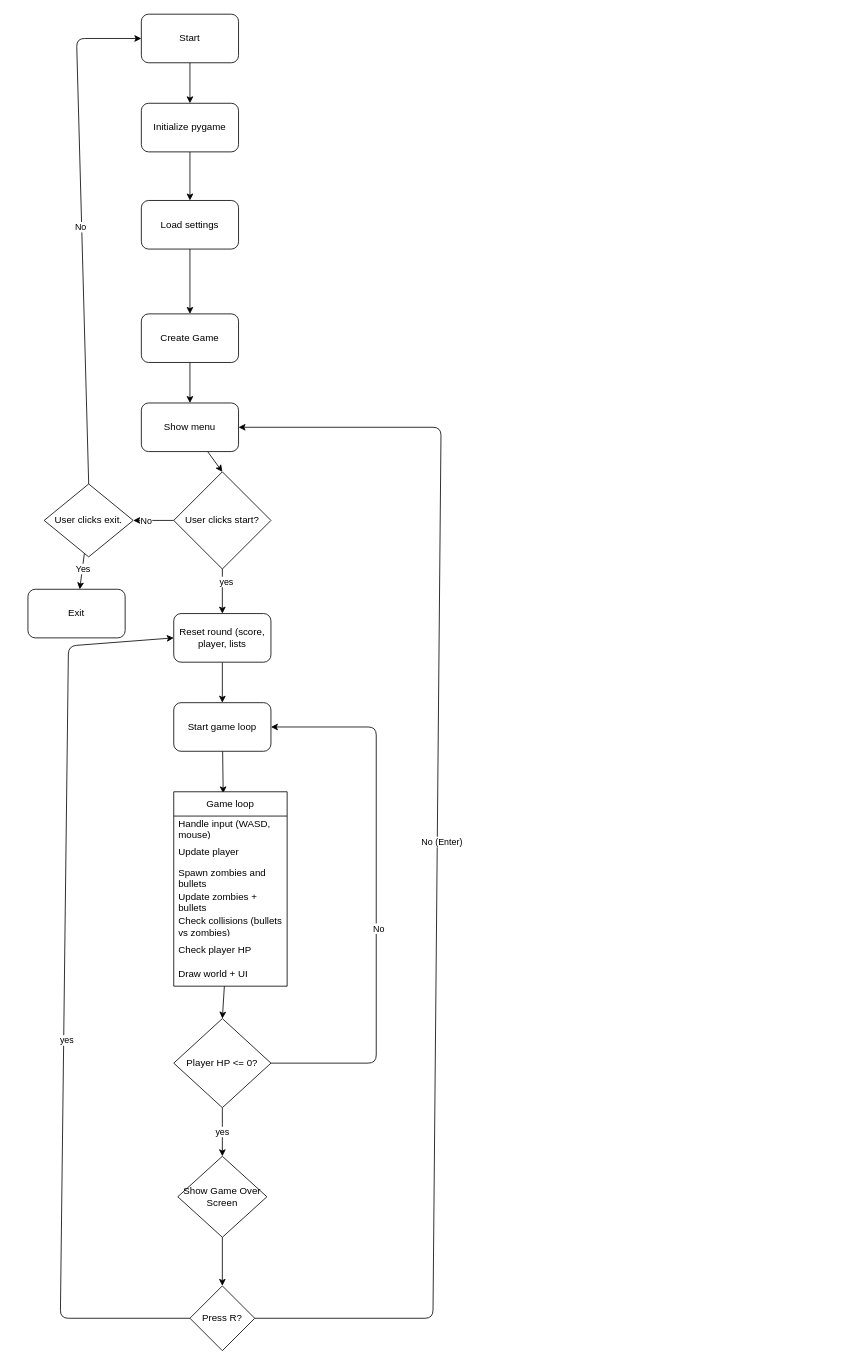
Above: isogame/flowchart.drawio in Normal99/IsoGame (draw.io), before the change. Source tidied: cells renumbered, new cells numbered last; positions are measured from the earlier drawing's top-left corner, leaving out a move shared by most shapes. Both pictures are drawn from the tidied source at 81%, with x=0, y=0 at pixel (28, 14).
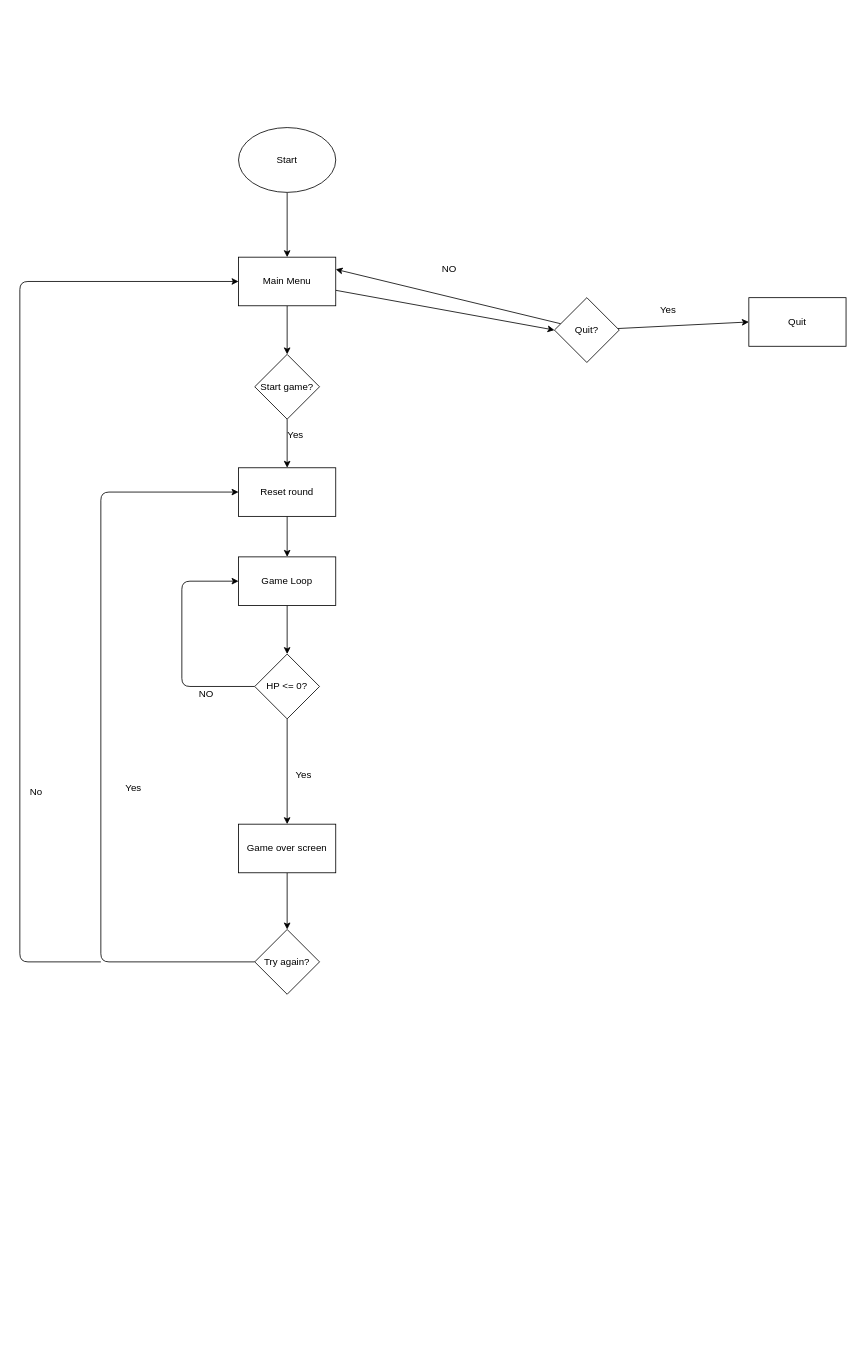
The same page after the edit.

The edit, as a diff of the source:
```diff
@@
-    <mxCell id="2" style="edgeStyle=none;html=1;entryX=0.5;entryY=0;entryDx=0;entryDy=0;" parent="1" edge="1" source="3" target="5">
-      <mxGeometry relative="1" as="geometry" />
-    </mxCell>
-    <mxCell id="3" value="Start" style="rounded=1;whiteSpace=wrap;html=1;" parent="1" vertex="1">
-      <mxGeometry x="140" width="120" height="60" as="geometry" />
-    </mxCell>
-    <mxCell id="4" style="edgeStyle=none;html=1;" parent="1" edge="1" source="5" target="7">
-      <mxGeometry relative="1" as="geometry" />
-    </mxCell>
-    <mxCell id="5" value="Initialize pygame" style="rounded=1;whiteSpace=wrap;html=1;" parent="1" vertex="1">
-      <mxGeometry x="140" y="110" width="120" height="60" as="geometry" />
-    </mxCell>
-    <mxCell id="6" style="edgeStyle=none;html=1;entryX=0.5;entryY=0;entryDx=0;entryDy=0;" parent="1" edge="1" source="7" target="9">
-      <mxGeometry relative="1" as="geometry" />
-    </mxCell>
-    <mxCell id="7" value="Load settings" style="rounded=1;whiteSpace=wrap;html=1;" parent="1" vertex="1">
-      <mxGeometry x="140" y="230" width="120" height="60" as="geometry" />
-    </mxCell>
-    <mxCell id="8" style="edgeStyle=none;html=1;" parent="1" edge="1" source="9" target="16">
-      <mxGeometry relative="1" as="geometry" />
-    </mxCell>
-    <mxCell id="9" value="Create Game" style="rounded=1;whiteSpace=wrap;html=1;" parent="1" vertex="1">
-      <mxGeometry x="140" y="370" width="120" height="60" as="geometry" />
-    </mxCell>
-    <mxCell id="10" style="edgeStyle=none;html=1;" parent="1" edge="1" source="14" target="21">
-      <mxGeometry relative="1" as="geometry" />
-    </mxCell>
-    <mxCell id="11" value="No" style="edgeLabel;html=1;align=center;verticalAlign=middle;" parent="10" vertex="1">
-      <mxGeometry x="0.4" relative="1" as="geometry" />
-    </mxCell>
-    <mxCell id="12" style="edgeStyle=none;html=1;" parent="1" edge="1" source="14" target="26">
-      <mxGeometry relative="1" as="geometry" />
-    </mxCell>
-    <mxCell id="13" value="yes" style="edgeLabel;html=1;align=center;verticalAlign=middle;" parent="12" vertex="1">
-      <mxGeometry x="-0.45" y="4" relative="1" as="geometry" />
-    </mxCell>
-    <mxCell id="14" value="User clicks start?" style="rhombus;whiteSpace=wrap;html=1;" parent="1" vertex="1">
-      <mxGeometry x="180" y="565" width="120" height="120" as="geometry" />
-    </mxCell>
-    <mxCell id="15" style="edgeStyle=none;html=1;entryX=0.5;entryY=0;entryDx=0;entryDy=0;" parent="1" edge="1" source="16" target="14">
-      <mxGeometry relative="1" as="geometry" />
-    </mxCell>
-    <mxCell id="16" value="Show menu" style="rounded=1;whiteSpace=wrap;html=1;" parent="1" vertex="1">
-      <mxGeometry x="140" y="480" width="120" height="60" as="geometry" />
-    </mxCell>
-    <mxCell id="17" style="edgeStyle=none;html=1;exitX=0.5;exitY=0;exitDx=0;exitDy=0;entryX=0;entryY=0.5;entryDx=0;entryDy=0;" parent="1" edge="1" source="21" target="3">
-      <mxGeometry relative="1" as="geometry">
-        <Array as="points">
-          <mxPoint x="60" y="30" />
-        </Array>
-      </mxGeometry>
-    </mxCell>
-    <mxCell id="18" value="No" style="edgeLabel;html=1;align=center;verticalAlign=middle;" parent="17" vertex="1">
-      <mxGeometry x="0.01" y="2" relative="1" as="geometry" />
-    </mxCell>
-    <mxCell id="19" style="edgeStyle=none;html=1;" parent="1" edge="1" source="21" target="22">
-      <mxGeometry relative="1" as="geometry" />
-    </mxCell>
-    <mxCell id="20" value="Yes" style="edgeLabel;html=1;align=center;verticalAlign=middle;" parent="19" vertex="1">
-      <mxGeometry x="-0.44" y="2" relative="1" as="geometry">
-        <mxPoint x="-2" y="6" as="offset" />
-      </mxGeometry>
-    </mxCell>
-    <mxCell id="21" value="User clicks exit." style="rhombus;whiteSpace=wrap;html=1;" parent="1" vertex="1">
-      <mxGeometry x="20" y="580" width="110" height="90" as="geometry" />
-    </mxCell>
-    <mxCell id="22" value="Exit" style="rounded=1;whiteSpace=wrap;html=1;" parent="1" vertex="1">
-      <mxGeometry y="710" width="120" height="60" as="geometry" />
-    </mxCell>
-    <mxCell id="23" style="edgeStyle=none;html=1;entryX=0.436;entryY=0.008;entryDx=0;entryDy=0;entryPerimeter=0;" parent="1" edge="1" source="24" target="28">
-      <mxGeometry relative="1" as="geometry" />
-    </mxCell>
-    <mxCell id="24" value="Start game loop" style="rounded=1;whiteSpace=wrap;html=1;" parent="1" vertex="1">
-      <mxGeometry x="180" y="850" width="120" height="60" as="geometry" />
-    </mxCell>
-    <mxCell id="25" style="edgeStyle=none;html=1;" parent="1" edge="1" source="26" target="24">
-      <mxGeometry relative="1" as="geometry" />
-    </mxCell>
-    <mxCell id="26" value="Reset round (score, player, lists" style="rounded=1;whiteSpace=wrap;html=1;" parent="1" vertex="1">
-      <mxGeometry x="180" y="740" width="120" height="60" as="geometry" />
-    </mxCell>
-    <mxCell id="27" style="edgeStyle=none;html=1;entryX=0.5;entryY=0;entryDx=0;entryDy=0;" parent="1" edge="1" source="28" target="37">
-      <mxGeometry relative="1" as="geometry" />
-    </mxCell>
-    <mxCell id="28" value="Game loop" style="swimlane;fontStyle=0;horizontal=1;startSize=30;whiteSpace=wrap;html=1;" parent="1" vertex="1">
-      <mxGeometry x="180" y="960" width="140" height="240" as="geometry" />
-    </mxCell>
-    <mxCell id="29" value="Handle input (WASD, mouse)" style="text;strokeColor=none;fillColor=none;align=left;verticalAlign=middle;spacingLeft=4;spacingRight=4;overflow=hidden;whiteSpace=wrap;html=1;" parent="28" vertex="1">
-      <mxGeometry y="30" width="140" height="30" as="geometry" />
-    </mxCell>
-    <mxCell id="30" value="Update player" style="text;strokeColor=none;fillColor=none;align=left;verticalAlign=middle;spacingLeft=4;spacingRight=4;overflow=hidden;whiteSpace=wrap;html=1;" parent="28" vertex="1">
-      <mxGeometry y="60" width="140" height="30" as="geometry" />
-    </mxCell>
-    <mxCell id="31" value="Spawn zombies and bullets" style="text;strokeColor=none;fillColor=none;align=left;verticalAlign=middle;spacingLeft=4;spacingRight=4;overflow=hidden;whiteSpace=wrap;html=1;" parent="28" vertex="1">
-      <mxGeometry y="90" width="140" height="30" as="geometry" />
-    </mxCell>
-    <mxCell id="32" value="Update zombies + bullets" style="text;strokeColor=none;fillColor=none;align=left;verticalAlign=middle;spacingLeft=4;spacingRight=4;overflow=hidden;whiteSpace=wrap;html=1;" parent="28" vertex="1">
-      <mxGeometry y="120" width="140" height="30" as="geometry" />
-    </mxCell>
-    <mxCell id="33" value="Check collisions (bullets vs zombies)" style="text;strokeColor=none;fillColor=none;align=left;verticalAlign=middle;spacingLeft=4;spacingRight=4;overflow=hidden;whiteSpace=wrap;html=1;" parent="28" vertex="1">
-      <mxGeometry y="150" width="140" height="30" as="geometry" />
-    </mxCell>
-    <mxCell id="34" value="Check player HP" style="text;strokeColor=none;fillColor=none;align=left;verticalAlign=middle;spacingLeft=4;spacingRight=4;overflow=hidden;whiteSpace=wrap;html=1;" parent="28" vertex="1">
-      <mxGeometry y="180" width="140" height="30" as="geometry" />
-    </mxCell>
-    <mxCell id="35" value="Draw world + UI" style="text;strokeColor=none;fillColor=none;align=left;verticalAlign=middle;spacingLeft=4;spacingRight=4;overflow=hidden;whiteSpace=wrap;html=1;" parent="28" vertex="1">
-      <mxGeometry y="210" width="140" height="30" as="geometry" />
-    </mxCell>
-    <mxCell id="36" value="yes" style="edgeStyle=none;html=1;" parent="1" edge="1" source="37" target="41">
-      <mxGeometry relative="1" as="geometry">
-        <Array as="points">
-          <mxPoint x="240" y="1380" />
-        </Array>
-      </mxGeometry>
-    </mxCell>
-    <mxCell id="37" value="Player HP &amp;lt;= 0?" style="rhombus;whiteSpace=wrap;html=1;" parent="1" vertex="1">
-      <mxGeometry x="180" y="1240" width="120" height="110" as="geometry" />
-    </mxCell>
-    <mxCell id="38" style="edgeStyle=none;html=1;" parent="1" edge="1" source="41" target="46">
-      <mxGeometry relative="1" as="geometry" />
-    </mxCell>
-    <mxCell id="39" style="edgeStyle=none;html=1;entryX=1;entryY=0.5;entryDx=0;entryDy=0;exitX=1;exitY=0.5;exitDx=0;exitDy=0;" parent="1" edge="1" source="37" target="24">
-      <mxGeometry relative="1" as="geometry">
-        <Array as="points">
-          <mxPoint x="430" y="1295" />
-          <mxPoint x="430" y="880" />
-        </Array>
-      </mxGeometry>
-    </mxCell>
+    <mxCell id="47" style="edgeStyle=none;html=1;" parent="1" edge="1" source="40" target="50">
+      <mxGeometry relative="1" as="geometry" />
+    </mxCell>
-    <mxCell id="40" value="No" style="edgeLabel;html=1;align=center;verticalAlign=middle;points=[];" parent="39" vertex="1">
-      <mxGeometry x="-0.12" y="-2" relative="1" as="geometry" />
+    <mxCell id="40" value="Start" style="ellipse;whiteSpace=wrap;html=1;" parent="1" vertex="1">
+      <mxGeometry x="260" y="140" width="120" height="80" as="geometry" />
     </mxCell>
-    <mxCell id="41" value="Show Game Over Screen" style="rhombus;whiteSpace=wrap;html=1;" parent="1" vertex="1">
-      <mxGeometry x="185" y="1410" width="110" height="100" as="geometry" />
-    </mxCell>
-    <mxCell id="42" style="edgeStyle=none;html=1;entryX=0;entryY=0.5;entryDx=0;entryDy=0;" parent="1" edge="1" source="46" target="26">
-      <mxGeometry relative="1" as="geometry">
-        <Array as="points">
-          <mxPoint x="40" y="1610" />
-          <mxPoint x="50" y="780" />
-        </Array>
-      </mxGeometry>
-    </mxCell>
-    <mxCell id="43" value="yes" style="edgeLabel;html=1;align=center;verticalAlign=middle;" parent="42" vertex="1">
-      <mxGeometry x="-0.1" y="-3" relative="1" as="geometry" />
-    </mxCell>
-    <mxCell id="44" style="edgeStyle=none;html=1;entryX=1;entryY=0.5;entryDx=0;entryDy=0;" parent="1" edge="1" source="46" target="16">
-      <mxGeometry relative="1" as="geometry">
-        <Array as="points">
-          <mxPoint x="500" y="1610" />
-          <mxPoint x="510" y="510" />
-        </Array>
-      </mxGeometry>
-    </mxCell>
-    <mxCell id="45" value="No (Enter)" style="edgeLabel;html=1;align=center;verticalAlign=middle;" parent="44" vertex="1">
-      <mxGeometry x="0.03" y="-5" relative="1" as="geometry" />
-    </mxCell>
-    <mxCell id="46" value="Press R?" style="rhombus;whiteSpace=wrap;html=1;" parent="1" vertex="1">
-      <mxGeometry x="200" y="1570" width="80" height="80" as="geometry" />
-    </mxCell>
+    <mxCell id="48" style="edgeStyle=none;html=1;" parent="1" edge="1" source="50" target="52">
+      <mxGeometry relative="1" as="geometry" />
+    </mxCell>
+    <mxCell id="49" style="edgeStyle=none;html=1;entryX=0;entryY=0.5;entryDx=0;entryDy=0;" parent="1" edge="1" source="50" target="72">
+      <mxGeometry relative="1" as="geometry" />
+    </mxCell>
+    <mxCell id="50" value="Main Menu" style="rounded=0;whiteSpace=wrap;html=1;" parent="1" vertex="1">
+      <mxGeometry x="260" y="300" width="120" height="60" as="geometry" />
+    </mxCell>
+    <mxCell id="51" style="edgeStyle=none;html=1;" parent="1" edge="1" source="52" target="54">
+      <mxGeometry relative="1" as="geometry" />
+    </mxCell>
+    <mxCell id="52" value="Start game?" style="rhombus;whiteSpace=wrap;html=1;" parent="1" vertex="1">
+      <mxGeometry x="280" y="420" width="80" height="80" as="geometry" />
+    </mxCell>
+    <mxCell id="53" style="edgeStyle=none;html=1;" parent="1" edge="1" source="54" target="56">
+      <mxGeometry relative="1" as="geometry" />
+    </mxCell>
+    <mxCell id="54" value="Reset round" style="rounded=0;whiteSpace=wrap;html=1;" parent="1" vertex="1">
+      <mxGeometry x="260" y="560" width="120" height="60" as="geometry" />
+    </mxCell>
+    <mxCell id="55" style="edgeStyle=none;html=1;" parent="1" edge="1" source="56" target="59">
+      <mxGeometry relative="1" as="geometry" />
+    </mxCell>
+    <mxCell id="56" value="Game Loop" style="rounded=0;whiteSpace=wrap;html=1;" parent="1" vertex="1">
+      <mxGeometry x="260" y="670" width="120" height="60" as="geometry" />
+    </mxCell>
+    <mxCell id="57" style="edgeStyle=none;html=1;" parent="1" edge="1" source="59" target="61">
+      <mxGeometry relative="1" as="geometry" />
+    </mxCell>
+    <mxCell id="58" style="edgeStyle=none;html=1;entryX=0;entryY=0.5;entryDx=0;entryDy=0;" parent="1" edge="1" source="59" target="56">
+      <mxGeometry relative="1" as="geometry">
+        <Array as="points">
+          <mxPoint x="190" y="830" />
+          <mxPoint x="190" y="700" />
+        </Array>
+      </mxGeometry>
+    </mxCell>
+    <mxCell id="59" value="HP &amp;lt;= 0?" style="rhombus;whiteSpace=wrap;html=1;" parent="1" vertex="1">
+      <mxGeometry x="280" y="790" width="80" height="80" as="geometry" />
+    </mxCell>
+    <mxCell id="60" style="edgeStyle=none;html=1;" parent="1" edge="1" source="61" target="63">
+      <mxGeometry relative="1" as="geometry" />
+    </mxCell>
+    <mxCell id="61" value="Game over screen" style="rounded=0;whiteSpace=wrap;html=1;" parent="1" vertex="1">
+      <mxGeometry x="260" y="1000" width="120" height="60" as="geometry" />
+    </mxCell>
+    <mxCell id="62" style="edgeStyle=none;html=1;entryX=0;entryY=0.5;entryDx=0;entryDy=0;" parent="1" edge="1" source="63" target="54">
+      <mxGeometry relative="1" as="geometry">
+        <Array as="points">
+          <mxPoint x="90" y="1170" />
+          <mxPoint x="90" y="590" />
+        </Array>
+      </mxGeometry>
+    </mxCell>
+    <mxCell id="63" value="Try again?" style="rhombus;whiteSpace=wrap;html=1;" parent="1" vertex="1">
+      <mxGeometry x="280" y="1130" width="80" height="80" as="geometry" />
+    </mxCell>
+    <mxCell id="64" value="Yes" style="text;html=1;align=center;verticalAlign=middle;strokeColor=none;fillColor=none;" parent="1" vertex="1">
+      <mxGeometry x="310" y="505" width="40" height="30" as="geometry" />
+    </mxCell>
+    <mxCell id="65" value="Yes" style="text;html=1;align=center;verticalAlign=middle;strokeColor=none;fillColor=none;" parent="1" vertex="1">
+      <mxGeometry x="320" y="925" width="40" height="30" as="geometry" />
+    </mxCell>
+    <mxCell id="66" value="NO" style="text;html=1;align=center;verticalAlign=middle;strokeColor=none;fillColor=none;" parent="1" vertex="1">
+      <mxGeometry x="200" y="825" width="40" height="30" as="geometry" />
+    </mxCell>
+    <mxCell id="67" value="Yes" style="text;html=1;align=center;verticalAlign=middle;strokeColor=none;fillColor=none;" parent="1" vertex="1">
+      <mxGeometry x="110" y="940" width="40" height="30" as="geometry" />
+    </mxCell>
+    <mxCell id="68" style="endArrow=classic;html=1;entryX=0;entryY=0.5;entryDx=0;entryDy=0;" parent="1" edge="1" target="50">
+      <mxGeometry relative="1" as="geometry">
+        <mxPoint x="90" y="1170" as="sourcePoint" />
+        <Array as="points">
+          <mxPoint x="-10" y="1170" />
+          <mxPoint x="-10" y="330" />
+        </Array>
+      </mxGeometry>
+    </mxCell>
+    <mxCell id="69" value="No" style="text;html=1;align=center;verticalAlign=middle;strokeColor=none;fillColor=none;" parent="1" vertex="1">
+      <mxGeometry x="-10" y="945" width="40" height="30" as="geometry" />
+    </mxCell>
+    <mxCell id="70" style="edgeStyle=none;html=1;entryX=1;entryY=0.25;entryDx=0;entryDy=0;" parent="1" edge="1" source="72" target="50">
+      <mxGeometry relative="1" as="geometry" />
+    </mxCell>
+    <mxCell id="71" style="edgeStyle=none;html=1;" parent="1" edge="1" source="72">
+      <mxGeometry relative="1" as="geometry">
+        <mxPoint x="890" y="380" as="targetPoint" />
+      </mxGeometry>
+    </mxCell>
+    <mxCell id="72" value="Quit?" style="rhombus;whiteSpace=wrap;html=1;" parent="1" vertex="1">
+      <mxGeometry x="650" y="350" width="80" height="80" as="geometry" />
+    </mxCell>
+    <mxCell id="73" value="NO" style="text;html=1;align=center;verticalAlign=middle;strokeColor=none;fillColor=none;" parent="1" vertex="1">
+      <mxGeometry x="500" y="300" width="40" height="30" as="geometry" />
+    </mxCell>
+    <mxCell id="74" value="Quit" style="rounded=0;whiteSpace=wrap;html=1;" parent="1" vertex="1">
+      <mxGeometry x="890" y="350" width="120" height="60" as="geometry" />
+    </mxCell>
+    <mxCell id="75" value="Yes" style="text;html=1;align=center;verticalAlign=middle;strokeColor=none;fillColor=none;" parent="1" vertex="1">
+      <mxGeometry x="770" y="350" width="40" height="30" as="geometry" />
+    </mxCell>
```
